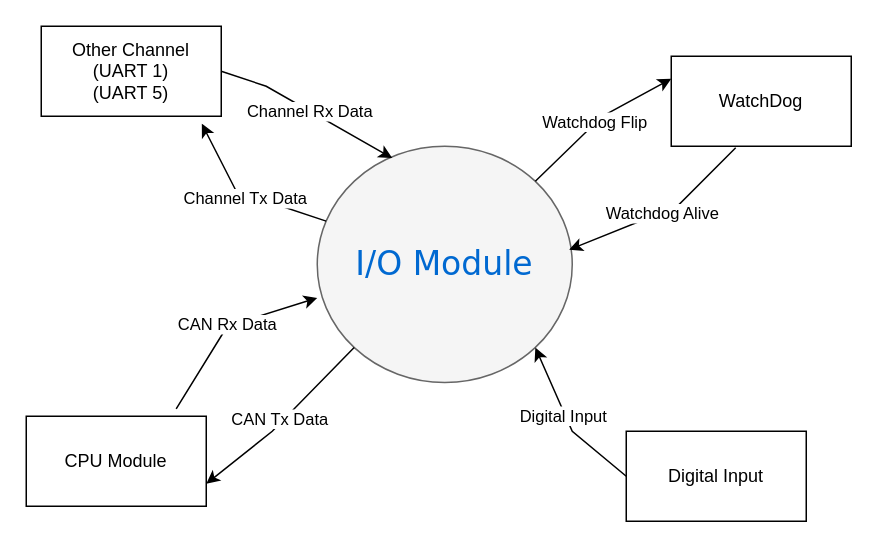
Earlier version of the draw.io diagram page "IO - INPUT Context Diagram" (3 of 7) of EABS/Document_Pack/Design/INPUT/BlockDiagram/eabs_input_block_diagram.drawio (chillin2/MyDraw.io). Source tidied: cells renumbered, new cells numbered last; positions are measured from the earlier drawing's top-left corner, leaving out a move shared by most shapes. Both pictures are drawn from the tidied source at 150%, with x=0, y=0 at pixel (26, 26).
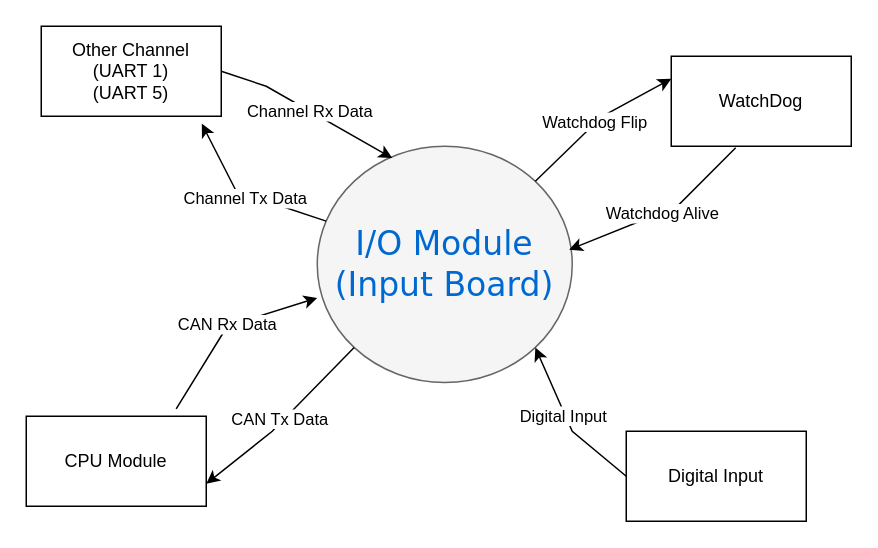
Above is the later version.

The edit, as a diff of the source:
```diff
@@
-    <mxCell id="2" value="I/O Module" style="ellipse;whiteSpace=wrap;html=1;rounded=0;shadow=0;dashed=0;comic=0;fontFamily=Verdana;fontSize=22;fontColor=#0069D1;fillColor=#f5f5f5;strokeColor=#666666;" parent="1" vertex="1">
+    <mxCell id="2" value="I/O Module&lt;br&gt;(Input Board)" style="ellipse;whiteSpace=wrap;html=1;rounded=0;shadow=0;dashed=0;comic=0;fontFamily=Verdana;fontSize=22;fontColor=#0069D1;fillColor=#f5f5f5;strokeColor=#666666;" parent="1" vertex="1">
       <mxGeometry x="194" y="80" width="170" height="157.5" as="geometry" />
     </mxCell>
```
